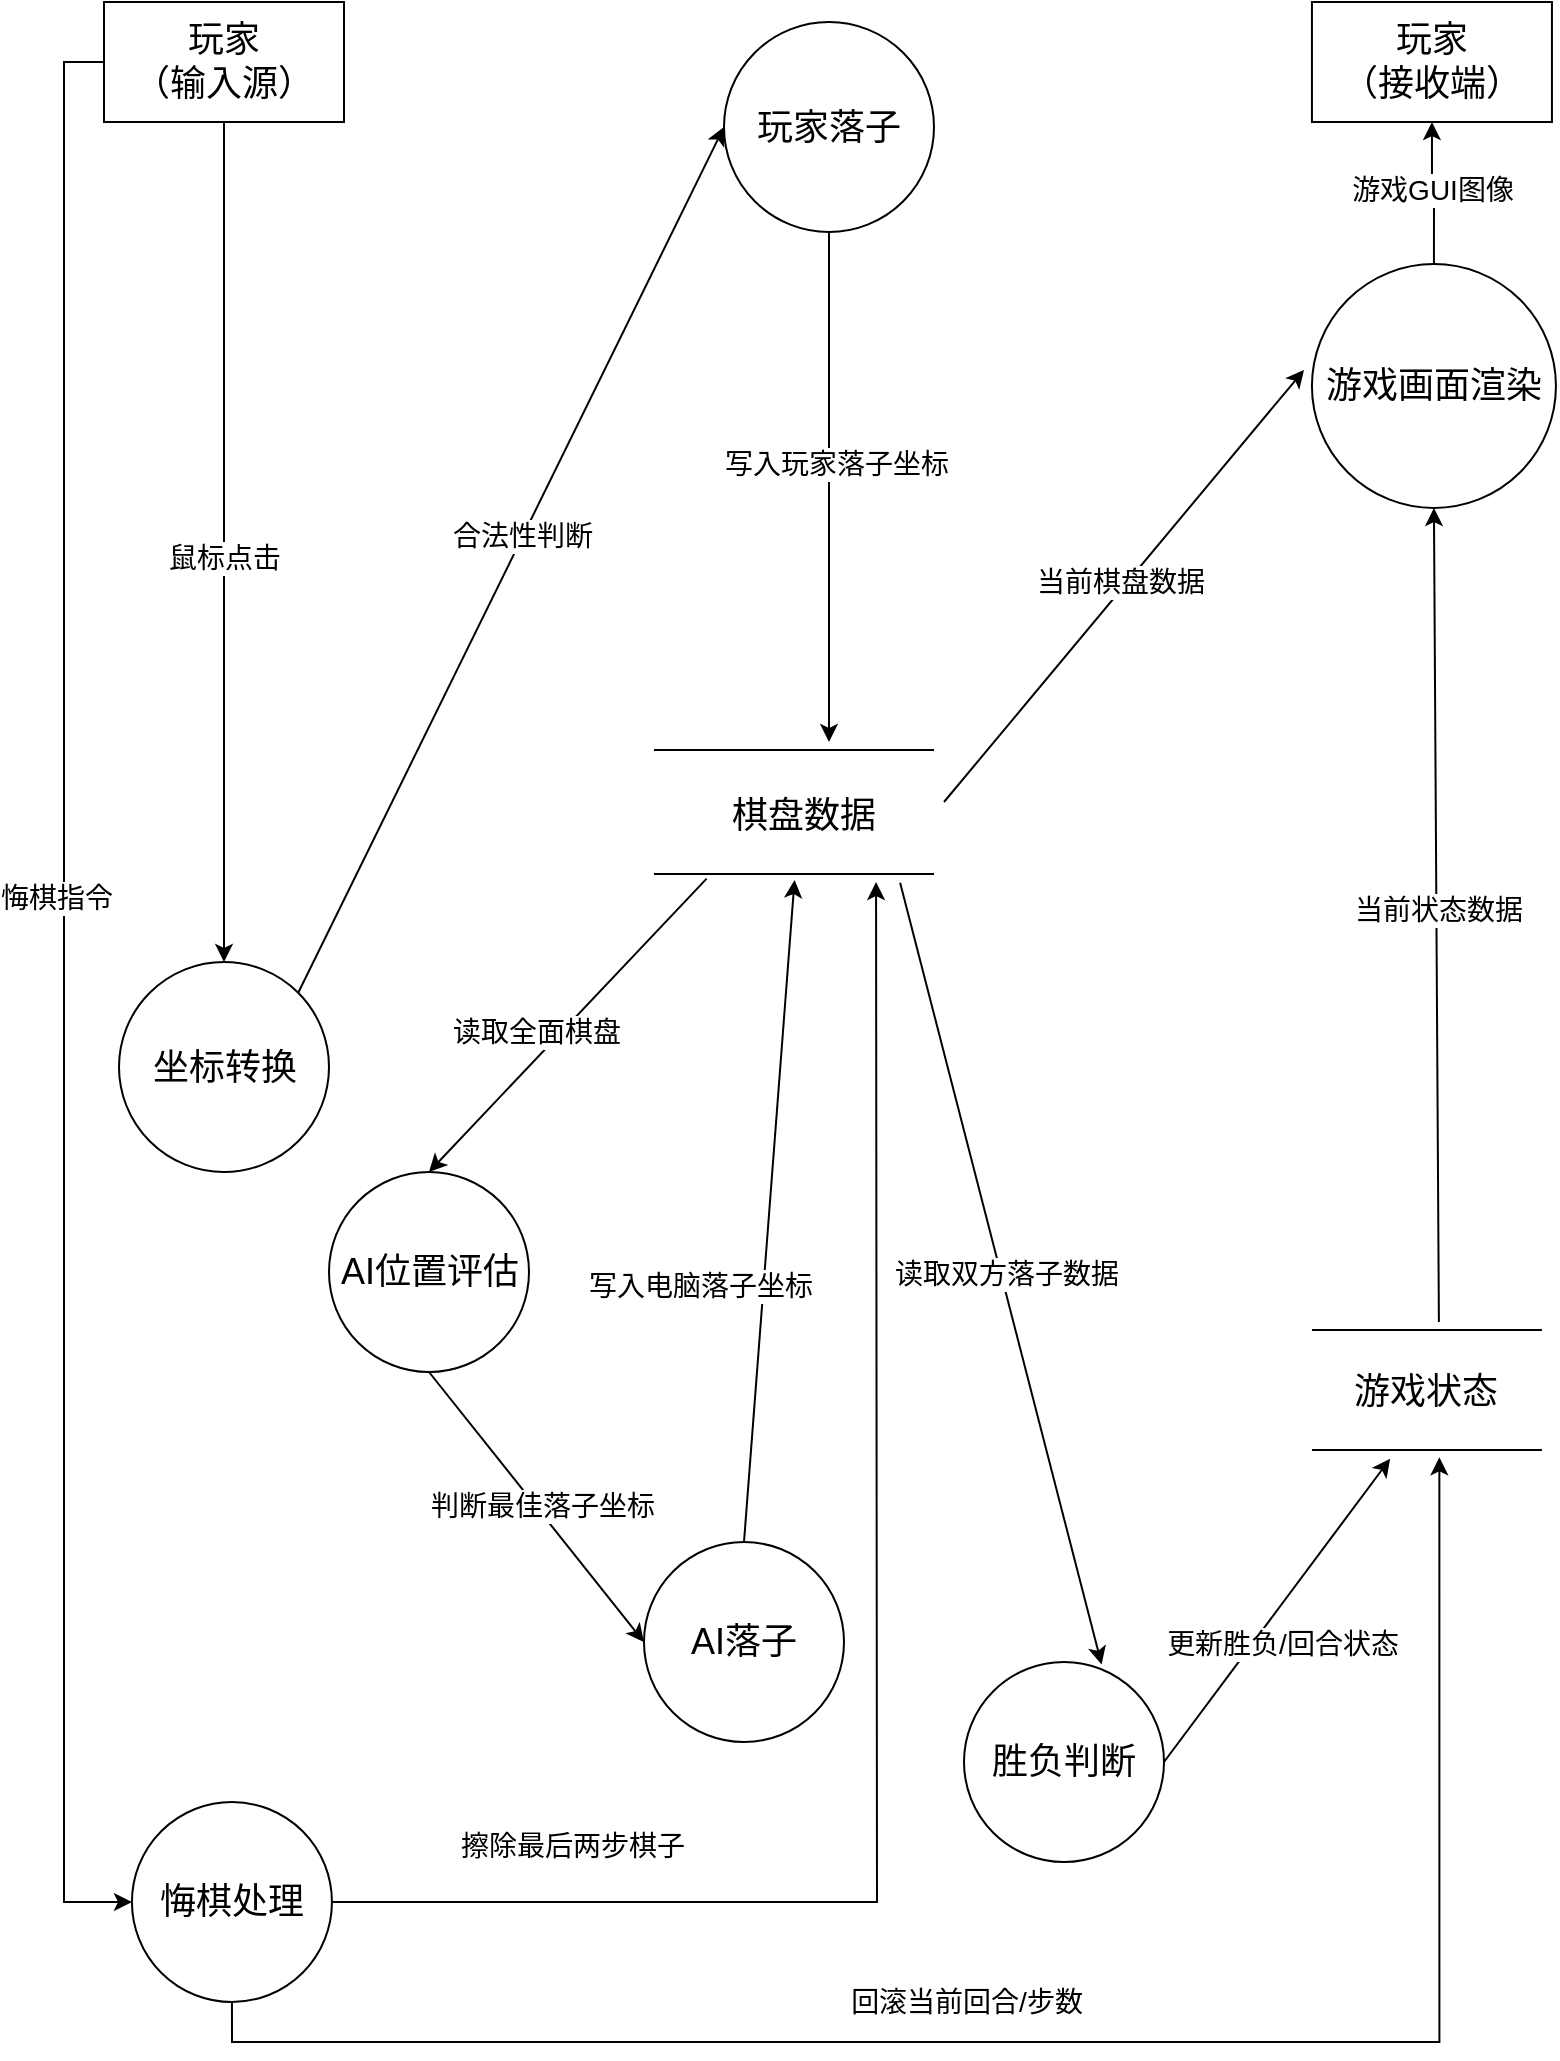
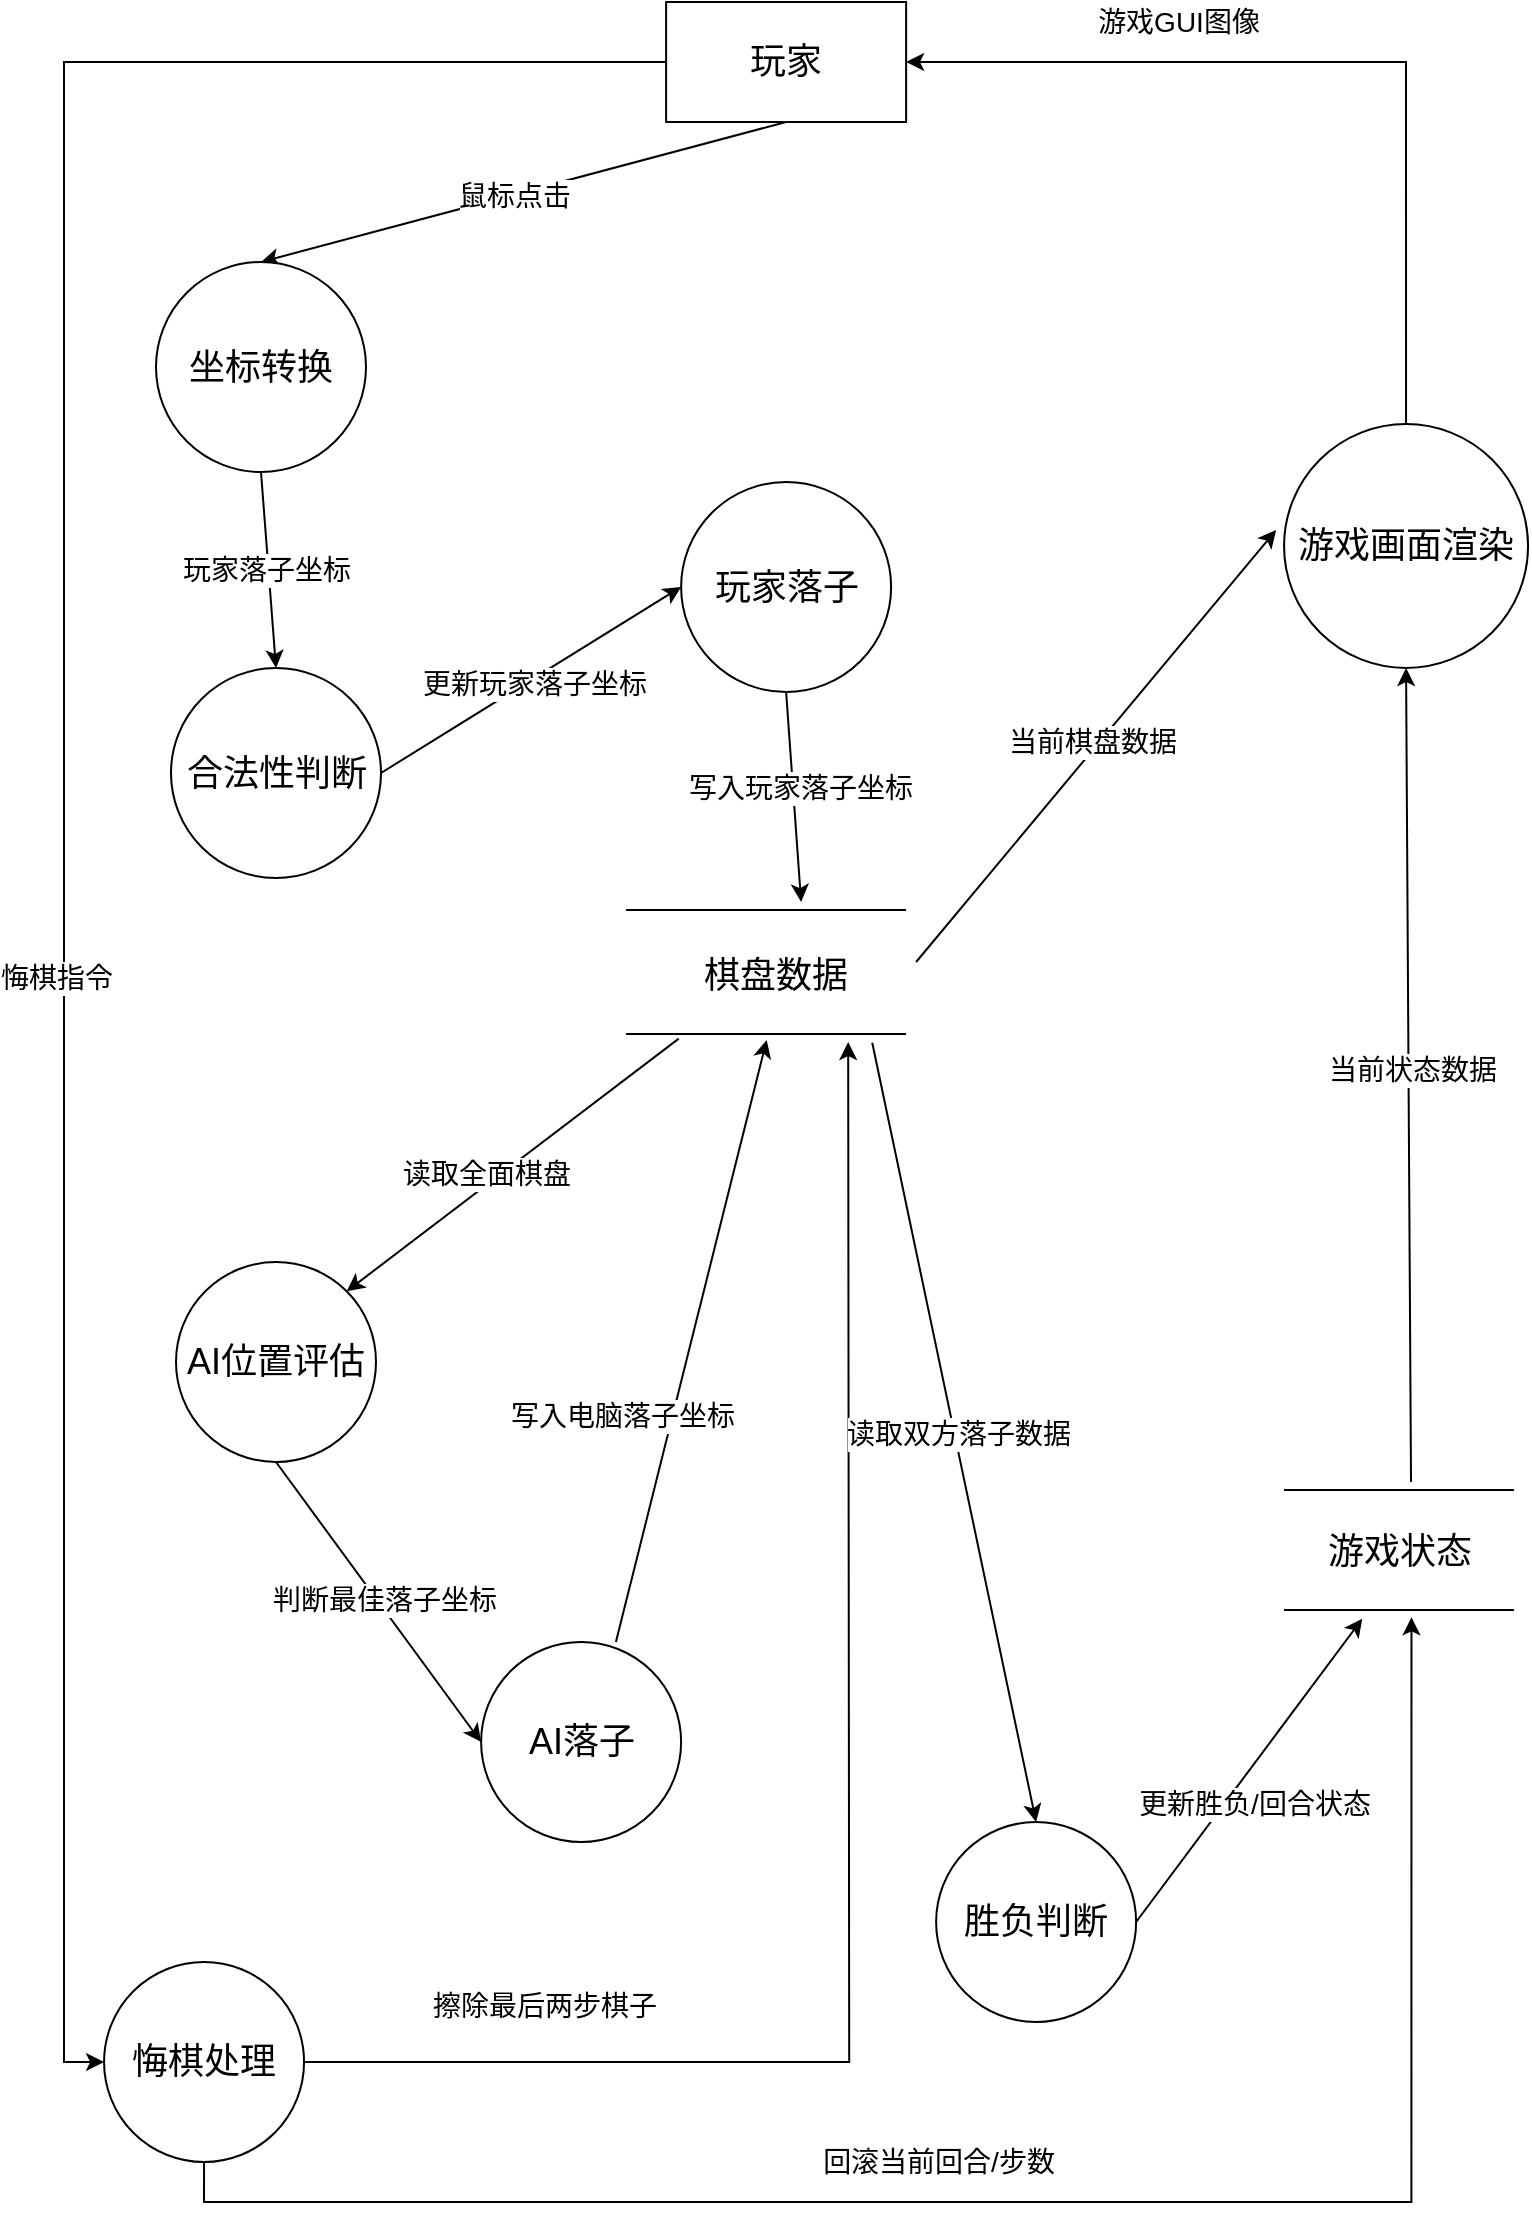
<mxfile host="app.diagrams.net">
  <diagram name="Page-1" id="hryGj0KzSXnJhMcqTr9-">
-     <mxGraphModel dx="1413" dy="971" grid="1" gridSize="10" guides="1" tooltips="1" connect="1" arrows="1" fold="1" page="1" pageScale="1" pageWidth="827" pageHeight="1169" math="0" shadow="0">
+     <mxGraphModel dx="1716" dy="1179" grid="1" gridSize="10" guides="1" tooltips="1" connect="1" arrows="1" fold="1" page="1" pageScale="1" pageWidth="827" pageHeight="1169" math="0" shadow="0">
      <root>
        <mxCell id="0" />
        <mxCell id="1" parent="0" />
        <mxCell id="fDHwApNMCYBN-XmplwMt-11" edge="1" parent="1" source="fDHwApNMCYBN-XmplwMt-3" style="rounded=0;orthogonalLoop=1;jettySize=auto;html=1;exitX=0.5;exitY=1;exitDx=0;exitDy=0;entryX=0.5;entryY=0;entryDx=0;entryDy=0;" target="SoA14i47H3jGXmkj97EN-22">
          <mxGeometry relative="1" as="geometry">
-             <mxPoint x="93.97" y="200" as="targetPoint" />
+             <mxPoint x="94.03" y="280" as="targetPoint" />
          </mxGeometry>
        </mxCell>
        <mxCell id="fDHwApNMCYBN-XmplwMt-12" connectable="0" parent="fDHwApNMCYBN-XmplwMt-11" style="edgeLabel;html=1;align=center;verticalAlign=middle;resizable=0;points=[];" value="&lt;font style=&quot;font-size: 14px;&quot;&gt;鼠标点击&lt;/font&gt;" vertex="1">
          <mxGeometry relative="1" x="0.0364" as="geometry">
            <mxPoint as="offset" />
          </mxGeometry>
        </mxCell>
        <mxCell id="SoA14i47H3jGXmkj97EN-53" edge="1" parent="1" source="fDHwApNMCYBN-XmplwMt-3" style="edgeStyle=orthogonalEdgeStyle;rounded=0;orthogonalLoop=1;jettySize=auto;html=1;exitX=0;exitY=0.5;exitDx=0;exitDy=0;entryX=0;entryY=0.5;entryDx=0;entryDy=0;" target="SoA14i47H3jGXmkj97EN-41">
          <mxGeometry relative="1" as="geometry" />
        </mxCell>
        <mxCell id="SoA14i47H3jGXmkj97EN-54" connectable="0" parent="SoA14i47H3jGXmkj97EN-53" style="edgeLabel;html=1;align=center;verticalAlign=middle;resizable=0;points=[];" value="&lt;font style=&quot;font-size: 14px;&quot;&gt;悔棋指令&lt;/font&gt;" vertex="1">
          <mxGeometry relative="1" x="-0.1018" y="-4" as="geometry">
-             <mxPoint as="offset" />
-           </mxGeometry>
-         </mxCell>
-         <mxCell id="fDHwApNMCYBN-XmplwMt-3" parent="1" style="rounded=0;whiteSpace=wrap;html=1;" value="&lt;font style=&quot;font-size: 18px;&quot;&gt;玩家&lt;/font&gt;&lt;div&gt;&lt;font style=&quot;font-size: 18px;&quot;&gt;（输入源）&lt;/font&gt;&lt;/div&gt;" vertex="1">
-           <mxGeometry height="60" width="120" x="60" y="30" as="geometry" />
-         </mxCell>
-         <mxCell id="SoA14i47H3jGXmkj97EN-37" edge="1" parent="1" source="SoA14i47H3jGXmkj97EN-64" style="edgeStyle=orthogonalEdgeStyle;rounded=0;orthogonalLoop=1;jettySize=auto;html=1;exitX=0.5;exitY=0;exitDx=0;exitDy=0;entryX=0.5;entryY=1;entryDx=0;entryDy=0;" target="fDHwApNMCYBN-XmplwMt-10">
-           <mxGeometry relative="1" as="geometry">
-             <mxPoint x="723.97" y="198" as="sourcePoint" />
+             <mxPoint y="165" as="offset" />
+           </mxGeometry>
+         </mxCell>
+         <mxCell id="fDHwApNMCYBN-XmplwMt-3" parent="1" style="rounded=0;whiteSpace=wrap;html=1;" value="&lt;font style=&quot;font-size: 18px;&quot;&gt;玩家&lt;/font&gt;" vertex="1">
+           <mxGeometry height="60" width="120" x="355.05999999999995" y="30" as="geometry" />
+         </mxCell>
+         <mxCell id="SoA14i47H3jGXmkj97EN-37" edge="1" parent="1" source="SoA14i47H3jGXmkj97EN-64" style="edgeStyle=orthogonalEdgeStyle;rounded=0;orthogonalLoop=1;jettySize=auto;html=1;exitX=0.5;exitY=0;exitDx=0;exitDy=0;entryX=1;entryY=0.5;entryDx=0;entryDy=0;" target="fDHwApNMCYBN-XmplwMt-3">
+           <mxGeometry relative="1" as="geometry">
+             <mxPoint x="724.0300000000001" y="278" as="sourcePoint" />
+             <mxPoint x="724.0300000000002" y="170" as="targetPoint" />
          </mxGeometry>
        </mxCell>
        <mxCell id="SoA14i47H3jGXmkj97EN-38" connectable="0" parent="SoA14i47H3jGXmkj97EN-37" style="edgeLabel;html=1;align=center;verticalAlign=middle;resizable=0;points=[];" value="&lt;font style=&quot;font-size: 14px;&quot;&gt;游戏GUI图像&lt;/font&gt;" vertex="1">
          <mxGeometry relative="1" x="0.0741" as="geometry">
-             <mxPoint as="offset" />
-           </mxGeometry>
-         </mxCell>
-         <mxCell id="fDHwApNMCYBN-XmplwMt-10" parent="1" style="rounded=0;whiteSpace=wrap;html=1;" value="&lt;span style=&quot;font-size: 18px;&quot;&gt;玩家&lt;/span&gt;&lt;div&gt;&lt;span style=&quot;font-size: 18px;&quot;&gt;（接收端）&lt;/span&gt;&lt;/div&gt;" vertex="1">
-           <mxGeometry height="60" width="120" x="663.97" y="30" as="geometry" />
-         </mxCell>
-         <mxCell id="SoA14i47H3jGXmkj97EN-14" edge="1" parent="1" source="SoA14i47H3jGXmkj97EN-28" style="endArrow=classic;html=1;rounded=0;exitX=0.188;exitY=0.792;exitDx=0;exitDy=0;exitPerimeter=0;entryX=0.5;entryY=0;entryDx=0;entryDy=0;" target="SoA14i47H3jGXmkj97EN-23" value="">
-           <mxGeometry height="50" relative="1" width="50" as="geometry">
-             <mxPoint x="368.3400000000001" y="258.00399999999996" as="sourcePoint" />
-             <mxPoint x="178.5" y="370" as="targetPoint" />
+             <mxPoint x="-64" y="-20" as="offset" />
+           </mxGeometry>
+         </mxCell>
+         <mxCell id="SoA14i47H3jGXmkj97EN-14" edge="1" parent="1" source="SoA14i47H3jGXmkj97EN-28" style="endArrow=classic;html=1;rounded=0;exitX=0.188;exitY=0.792;exitDx=0;exitDy=0;exitPerimeter=0;entryX=1;entryY=0;entryDx=0;entryDy=0;" target="SoA14i47H3jGXmkj97EN-23" value="">
+           <mxGeometry height="50" relative="1" width="50" as="geometry">
+             <mxPoint x="368.4000000000001" y="338.00399999999996" as="sourcePoint" />
+             <mxPoint x="178.56" y="450" as="targetPoint" />
          </mxGeometry>
        </mxCell>
        <mxCell id="SoA14i47H3jGXmkj97EN-15" connectable="0" parent="SoA14i47H3jGXmkj97EN-14" style="edgeLabel;html=1;align=center;verticalAlign=middle;resizable=0;points=[];" value="&lt;font style=&quot;font-size: 14px;&quot;&gt;读取全面棋盘&lt;/font&gt;" vertex="1">
          <mxGeometry relative="1" x="-0.1782" as="geometry">
            <mxPoint x="-29" y="16" as="offset" />
          </mxGeometry>
        </mxCell>
        <mxCell id="SoA14i47H3jGXmkj97EN-16" edge="1" parent="1" style="endArrow=classic;html=1;rounded=0;" value="">
          <mxGeometry height="50" relative="1" width="50" as="geometry">
-             <mxPoint x="480" y="430" as="sourcePoint" />
-             <mxPoint x="660" y="214" as="targetPoint" />
+             <mxPoint x="480.06" y="510" as="sourcePoint" />
+             <mxPoint x="660.0600000000001" y="294" as="targetPoint" />
          </mxGeometry>
        </mxCell>
        <mxCell id="SoA14i47H3jGXmkj97EN-17" connectable="0" parent="SoA14i47H3jGXmkj97EN-16" style="edgeLabel;html=1;align=center;verticalAlign=middle;resizable=0;points=[];" value="&lt;span style=&quot;font-size: 14px;&quot;&gt;当前棋盘数据&lt;/span&gt;" vertex="1">
          <mxGeometry relative="1" x="0.0202" y="1" as="geometry">
            <mxPoint x="-3" y="1" as="offset" />
          </mxGeometry>
        </mxCell>
-         <mxCell id="SoA14i47H3jGXmkj97EN-75" edge="1" parent="1" source="SoA14i47H3jGXmkj97EN-22" style="rounded=0;orthogonalLoop=1;jettySize=auto;html=1;exitX=1;exitY=0;exitDx=0;exitDy=0;entryX=0;entryY=0.5;entryDx=0;entryDy=0;" target="SoA14i47H3jGXmkj97EN-74">
-           <mxGeometry relative="1" as="geometry" />
-         </mxCell>
-         <mxCell id="SoA14i47H3jGXmkj97EN-76" connectable="0" parent="SoA14i47H3jGXmkj97EN-75" style="edgeLabel;html=1;align=center;verticalAlign=middle;resizable=0;points=[];" value="&lt;font style=&quot;font-size: 14px;&quot;&gt;合法性判断&lt;/font&gt;" vertex="1">
-           <mxGeometry relative="1" x="0.0527" y="1" as="geometry">
-             <mxPoint as="offset" />
+         <mxCell id="SoA14i47H3jGXmkj97EN-85" edge="1" parent="1" source="SoA14i47H3jGXmkj97EN-22" style="rounded=0;orthogonalLoop=1;jettySize=auto;html=1;exitX=0.5;exitY=1;exitDx=0;exitDy=0;entryX=0.5;entryY=0;entryDx=0;entryDy=0;" target="SoA14i47H3jGXmkj97EN-84">
+           <mxGeometry relative="1" as="geometry" />
+         </mxCell>
+         <mxCell id="SoA14i47H3jGXmkj97EN-86" connectable="0" parent="SoA14i47H3jGXmkj97EN-85" style="edgeLabel;html=1;align=center;verticalAlign=middle;resizable=0;points=[];" value="&lt;font style=&quot;font-size: 14px;&quot;&gt;玩家落子坐标&lt;/font&gt;" vertex="1">
+           <mxGeometry relative="1" x="0.004" y="-2" as="geometry">
+             <mxPoint y="-1" as="offset" />
          </mxGeometry>
        </mxCell>
        <mxCell id="SoA14i47H3jGXmkj97EN-22" parent="1" style="ellipse;whiteSpace=wrap;html=1;aspect=fixed;" value="&lt;font style=&quot;font-size: 18px;&quot;&gt;坐标转换&lt;/font&gt;" vertex="1">
-           <mxGeometry height="105" width="105" x="67.5" y="510" as="geometry" />
+           <mxGeometry height="105" width="105" x="100" y="160" as="geometry" />
        </mxCell>
        <mxCell id="SoA14i47H3jGXmkj97EN-23" parent="1" style="ellipse;whiteSpace=wrap;html=1;aspect=fixed;" value="&lt;font style=&quot;font-size: 18px;&quot;&gt;AI位置评估&lt;/font&gt;" vertex="1">
-           <mxGeometry height="100" width="100" x="172.5" y="615" as="geometry" />
+           <mxGeometry height="100" width="100" x="110" y="660" as="geometry" />
        </mxCell>
        <mxCell id="SoA14i47H3jGXmkj97EN-24" parent="1" style="ellipse;whiteSpace=wrap;html=1;aspect=fixed;" value="&lt;font style=&quot;font-size: 18px;&quot;&gt;AI落子&lt;/font&gt;" vertex="1">
-           <mxGeometry height="100" width="100" x="330" y="800" as="geometry" />
+           <mxGeometry height="100" width="100" x="262.56" y="850" as="geometry" />
        </mxCell>
        <mxCell id="SoA14i47H3jGXmkj97EN-60" edge="1" parent="1" source="SoA14i47H3jGXmkj97EN-25" style="rounded=0;orthogonalLoop=1;jettySize=auto;html=1;exitX=1;exitY=0.5;exitDx=0;exitDy=0;entryX=0.34;entryY=1.051;entryDx=0;entryDy=0;entryPerimeter=0;" target="SoA14i47H3jGXmkj97EN-50">
          <mxGeometry relative="1" as="geometry">
-             <mxPoint x="700" y="630" as="targetPoint" />
+             <mxPoint x="700.0600000000001" y="710" as="targetPoint" />
          </mxGeometry>
        </mxCell>
        <mxCell id="SoA14i47H3jGXmkj97EN-61" connectable="0" parent="SoA14i47H3jGXmkj97EN-60" style="edgeLabel;html=1;align=center;verticalAlign=middle;resizable=0;points=[];" value="&lt;font style=&quot;font-size: 14px;&quot;&gt;更新胜负/回合状态&lt;/font&gt;" vertex="1">
          <mxGeometry relative="1" x="-0.1486" y="-2" as="geometry">
            <mxPoint x="9" y="4" as="offset" />
          </mxGeometry>
        </mxCell>
        <mxCell id="SoA14i47H3jGXmkj97EN-25" parent="1" style="ellipse;whiteSpace=wrap;html=1;aspect=fixed;" value="&lt;font style=&quot;font-size: 18px;&quot;&gt;胜负判断&lt;/font&gt;" vertex="1">
-           <mxGeometry height="100" width="100" x="490" y="860" as="geometry" />
+           <mxGeometry height="100" width="100" x="490.06" y="940" as="geometry" />
        </mxCell>
        <mxCell id="SoA14i47H3jGXmkj97EN-27" parent="1" style="line;strokeWidth=1;fillColor=none;align=left;verticalAlign=middle;spacingTop=-1;spacingLeft=3;spacingRight=3;rotatable=0;labelPosition=right;points=[];portConstraint=eastwest;strokeColor=inherit;" value="" vertex="1">
-           <mxGeometry height="8" width="140" x="335" y="400" as="geometry" />
+           <mxGeometry height="8" width="140" x="335.06" y="480" as="geometry" />
        </mxCell>
        <mxCell id="SoA14i47H3jGXmkj97EN-28" parent="1" style="line;strokeWidth=1;fillColor=none;align=left;verticalAlign=middle;spacingTop=-1;spacingLeft=3;spacingRight=3;rotatable=0;labelPosition=right;points=[];portConstraint=eastwest;strokeColor=inherit;" value="" vertex="1">
-           <mxGeometry height="8" width="140" x="335" y="462" as="geometry" />
+           <mxGeometry height="8" width="140" x="335.06" y="542" as="geometry" />
        </mxCell>
        <mxCell id="SoA14i47H3jGXmkj97EN-29" parent="1" style="text;html=1;whiteSpace=wrap;strokeColor=none;fillColor=none;align=center;verticalAlign=middle;rounded=0;" value="&lt;font style=&quot;font-size: 18px;&quot;&gt;棋盘数据&lt;/font&gt;" vertex="1">
-           <mxGeometry height="30" width="110" x="355" y="422" as="geometry" />
+           <mxGeometry height="30" width="110" x="355.06" y="502" as="geometry" />
        </mxCell>
        <mxCell id="SoA14i47H3jGXmkj97EN-31" edge="1" parent="1" source="SoA14i47H3jGXmkj97EN-23" style="endArrow=classic;html=1;rounded=0;entryX=0;entryY=0.5;entryDx=0;entryDy=0;exitX=0.5;exitY=1;exitDx=0;exitDy=0;" target="SoA14i47H3jGXmkj97EN-24" value="">
          <mxGeometry height="50" relative="1" width="50" as="geometry">
-             <mxPoint x="451.90299999999996" y="310" as="sourcePoint" />
-             <mxPoint x="189.57999999999993" y="560.336" as="targetPoint" />
+             <mxPoint x="451.96299999999997" y="390" as="sourcePoint" />
+             <mxPoint x="189.63999999999993" y="640.336" as="targetPoint" />
          </mxGeometry>
        </mxCell>
        <mxCell id="SoA14i47H3jGXmkj97EN-71" connectable="0" parent="SoA14i47H3jGXmkj97EN-31" style="edgeLabel;html=1;align=center;verticalAlign=middle;resizable=0;points=[];" value="&lt;font style=&quot;font-size: 14px;&quot;&gt;判断最佳落子坐标&lt;/font&gt;" vertex="1">
          <mxGeometry relative="1" x="0.0182" y="2" as="geometry">
            <mxPoint y="-1" as="offset" />
          </mxGeometry>
        </mxCell>
-         <mxCell id="SoA14i47H3jGXmkj97EN-35" edge="1" parent="1" source="SoA14i47H3jGXmkj97EN-24" style="rounded=0;orthogonalLoop=1;jettySize=auto;html=1;exitX=0.5;exitY=0;exitDx=0;exitDy=0;entryX=0.502;entryY=0.875;entryDx=0;entryDy=0;entryPerimeter=0;" target="SoA14i47H3jGXmkj97EN-28">
+         <mxCell id="SoA14i47H3jGXmkj97EN-35" edge="1" parent="1" source="SoA14i47H3jGXmkj97EN-24" style="rounded=0;orthogonalLoop=1;jettySize=auto;html=1;exitX=0.674;exitY=0;exitDx=0;exitDy=0;entryX=0.502;entryY=0.875;entryDx=0;entryDy=0;entryPerimeter=0;exitPerimeter=0;" target="SoA14i47H3jGXmkj97EN-28">
          <mxGeometry relative="1" as="geometry" />
        </mxCell>
        <mxCell id="SoA14i47H3jGXmkj97EN-36" connectable="0" parent="SoA14i47H3jGXmkj97EN-35" style="edgeLabel;html=1;align=center;verticalAlign=middle;resizable=0;points=[];" value="&lt;span style=&quot;font-size: 14px;&quot;&gt;写入电脑落子坐标&lt;/span&gt;" vertex="1">
          <mxGeometry relative="1" x="-0.0044" y="1" as="geometry">
            <mxPoint x="-34" y="37" as="offset" />
          </mxGeometry>
        </mxCell>
        <mxCell id="SoA14i47H3jGXmkj97EN-55" edge="1" parent="1" source="SoA14i47H3jGXmkj97EN-41" style="edgeStyle=orthogonalEdgeStyle;rounded=0;orthogonalLoop=1;jettySize=auto;html=1;exitX=1;exitY=0.5;exitDx=0;exitDy=0;entryX=0.75;entryY=1;entryDx=0;entryDy=0;entryPerimeter=0;">
          <mxGeometry relative="1" as="geometry">
-             <mxPoint x="180.00000000000003" y="980" as="sourcePoint" />
-             <mxPoint x="446.03" y="470" as="targetPoint" />
+             <mxPoint x="180.06000000000003" y="1060" as="sourcePoint" />
+             <mxPoint x="446.09" y="550" as="targetPoint" />
          </mxGeometry>
        </mxCell>
        <mxCell id="SoA14i47H3jGXmkj97EN-57" connectable="0" parent="SoA14i47H3jGXmkj97EN-55" style="edgeLabel;html=1;align=center;verticalAlign=middle;resizable=0;points=[];" value="&lt;font style=&quot;font-size: 14px;&quot;&gt;擦除最后两步棋子&lt;/font&gt;" vertex="1">
          <mxGeometry relative="1" x="-0.6914" y="3" as="geometry">
            <mxPoint x="-1" y="-25" as="offset" />
          </mxGeometry>
        </mxCell>
        <mxCell id="SoA14i47H3jGXmkj97EN-41" parent="1" style="ellipse;whiteSpace=wrap;html=1;aspect=fixed;" value="&lt;font style=&quot;font-size: 18px;&quot;&gt;悔棋处理&lt;/font&gt;" vertex="1">
-           <mxGeometry height="100" width="100" x="73.97" y="930" as="geometry" />
+           <mxGeometry height="100" width="100" x="74.03" y="1010" as="geometry" />
        </mxCell>
        <mxCell id="SoA14i47H3jGXmkj97EN-49" parent="1" style="line;strokeWidth=1;fillColor=none;align=left;verticalAlign=middle;spacingTop=-1;spacingLeft=3;spacingRight=3;rotatable=0;labelPosition=right;points=[];portConstraint=eastwest;strokeColor=inherit;" value="" vertex="1">
-           <mxGeometry height="8" width="115" x="663.97" y="690" as="geometry" />
+           <mxGeometry height="8" width="115" x="664.0300000000001" y="770" as="geometry" />
        </mxCell>
        <mxCell id="SoA14i47H3jGXmkj97EN-50" parent="1" style="line;strokeWidth=1;fillColor=none;align=left;verticalAlign=middle;spacingTop=-1;spacingLeft=3;spacingRight=3;rotatable=0;labelPosition=right;points=[];portConstraint=eastwest;strokeColor=inherit;" value="" vertex="1">
-           <mxGeometry height="8" width="115" x="663.97" y="750" as="geometry" />
+           <mxGeometry height="8" width="115" x="664.0300000000001" y="830" as="geometry" />
        </mxCell>
        <mxCell id="SoA14i47H3jGXmkj97EN-51" parent="1" style="text;html=1;whiteSpace=wrap;strokeColor=none;fillColor=none;align=center;verticalAlign=middle;rounded=0;" value="&lt;span style=&quot;font-size: 18px;&quot;&gt;游戏状态&lt;/span&gt;" vertex="1">
-           <mxGeometry height="30" width="110" x="666.47" y="710" as="geometry" />
-         </mxCell>
-         <mxCell id="SoA14i47H3jGXmkj97EN-65" edge="1" parent="1" source="SoA14i47H3jGXmkj97EN-28" style="endArrow=classic;html=1;rounded=0;exitX=0.879;exitY=1.042;exitDx=0;exitDy=0;exitPerimeter=0;entryX=0.688;entryY=0.012;entryDx=0;entryDy=0;entryPerimeter=0;" target="SoA14i47H3jGXmkj97EN-25" value="">
-           <mxGeometry height="50" relative="1" width="50" as="geometry">
-             <mxPoint x="610" y="490" as="sourcePoint" />
-             <mxPoint x="560" y="540" as="targetPoint" />
+           <mxGeometry height="30" width="110" x="666.5300000000001" y="790" as="geometry" />
+         </mxCell>
+         <mxCell id="SoA14i47H3jGXmkj97EN-65" edge="1" parent="1" source="SoA14i47H3jGXmkj97EN-28" style="endArrow=classic;html=1;rounded=0;exitX=0.879;exitY=1.042;exitDx=0;exitDy=0;exitPerimeter=0;entryX=0.5;entryY=0;entryDx=0;entryDy=0;" target="SoA14i47H3jGXmkj97EN-25" value="">
+           <mxGeometry height="50" relative="1" width="50" as="geometry">
+             <mxPoint x="610.0600000000001" y="570" as="sourcePoint" />
+             <mxPoint x="540" y="930" as="targetPoint" />
          </mxGeometry>
        </mxCell>
        <mxCell id="SoA14i47H3jGXmkj97EN-81" connectable="0" parent="SoA14i47H3jGXmkj97EN-65" style="edgeLabel;html=1;align=center;verticalAlign=middle;resizable=0;points=[];" value="&lt;font style=&quot;font-size: 14px;&quot;&gt;读取双方落子数据&lt;/font&gt;" vertex="1">
          <mxGeometry relative="1" x="0.0041" y="2" as="geometry">
            <mxPoint as="offset" />
          </mxGeometry>
        </mxCell>
        <mxCell id="SoA14i47H3jGXmkj97EN-66" edge="1" parent="1" source="SoA14i47H3jGXmkj97EN-41" style="edgeStyle=orthogonalEdgeStyle;rounded=0;orthogonalLoop=1;jettySize=auto;html=1;exitX=0.5;exitY=1;exitDx=0;exitDy=0;entryX=0.554;entryY=0.958;entryDx=0;entryDy=0;entryPerimeter=0;" target="SoA14i47H3jGXmkj97EN-50">
          <mxGeometry relative="1" as="geometry" />
        </mxCell>
        <mxCell id="SoA14i47H3jGXmkj97EN-68" connectable="0" parent="SoA14i47H3jGXmkj97EN-66" style="edgeLabel;html=1;align=center;verticalAlign=middle;resizable=0;points=[];" value="&lt;font style=&quot;font-size: 14px;&quot;&gt;回滚当前回合/步数&lt;/font&gt;" vertex="1">
          <mxGeometry relative="1" x="-0.156" y="-3" as="geometry">
            <mxPoint y="-23" as="offset" />
          </mxGeometry>
        </mxCell>
        <mxCell id="SoA14i47H3jGXmkj97EN-67" edge="1" parent="1" source="SoA14i47H3jGXmkj97EN-49" style="endArrow=classic;html=1;rounded=0;exitX=0.552;exitY=0;exitDx=0;exitDy=0;exitPerimeter=0;entryX=0.5;entryY=1;entryDx=0;entryDy=0;" target="SoA14i47H3jGXmkj97EN-64" value="">
          <mxGeometry height="50" relative="1" width="50" as="geometry">
-             <mxPoint x="662.97" y="450" as="sourcePoint" />
-             <mxPoint x="712.97" y="400" as="targetPoint" />
+             <mxPoint x="663.0300000000001" y="530" as="sourcePoint" />
+             <mxPoint x="713.0300000000001" y="480" as="targetPoint" />
          </mxGeometry>
        </mxCell>
        <mxCell id="SoA14i47H3jGXmkj97EN-83" connectable="0" parent="SoA14i47H3jGXmkj97EN-67" style="edgeLabel;html=1;align=center;verticalAlign=middle;resizable=0;points=[];" value="&lt;font style=&quot;font-size: 14px;&quot;&gt;当前状态数据&lt;/font&gt;" vertex="1">
          <mxGeometry relative="1" x="0.0127" y="-1" as="geometry">
            <mxPoint as="offset" />
          </mxGeometry>
        </mxCell>
        <mxCell id="SoA14i47H3jGXmkj97EN-64" parent="1" style="ellipse;whiteSpace=wrap;html=1;aspect=fixed;" value="&lt;font style=&quot;font-size: 18px;&quot;&gt;游戏画面渲染&lt;/font&gt;" vertex="1">
-           <mxGeometry height="122" width="122" x="663.97" y="161" as="geometry" />
+           <mxGeometry height="122" width="122" x="664.0300000000001" y="241" as="geometry" />
        </mxCell>
        <mxCell id="SoA14i47H3jGXmkj97EN-74" parent="1" style="ellipse;whiteSpace=wrap;html=1;aspect=fixed;" value="&lt;font style=&quot;font-size: 18px;&quot;&gt;玩家落子&lt;/font&gt;" vertex="1">
-           <mxGeometry height="105" width="105" x="370" y="40" as="geometry" />
+           <mxGeometry height="105" width="105" x="362.56" y="270" as="geometry" />
        </mxCell>
        <mxCell id="SoA14i47H3jGXmkj97EN-78" edge="1" parent="1" source="SoA14i47H3jGXmkj97EN-74" style="rounded=0;orthogonalLoop=1;jettySize=auto;html=1;exitX=0.5;exitY=1;exitDx=0;exitDy=0;entryX=0.625;entryY=0;entryDx=0;entryDy=0;entryPerimeter=0;" target="SoA14i47H3jGXmkj97EN-27">
          <mxGeometry relative="1" as="geometry">
-             <mxPoint x="430" y="280" as="targetPoint" />
+             <mxPoint x="430.06" y="360" as="targetPoint" />
          </mxGeometry>
        </mxCell>
        <mxCell id="SoA14i47H3jGXmkj97EN-80" connectable="0" parent="SoA14i47H3jGXmkj97EN-78" style="edgeLabel;html=1;align=center;verticalAlign=middle;resizable=0;points=[];" value="&lt;font style=&quot;font-size: 14px;&quot;&gt;写入玩家落子坐标&lt;/font&gt;" vertex="1">
          <mxGeometry relative="1" x="-0.0903" y="3" as="geometry">
            <mxPoint as="offset" />
          </mxGeometry>
+         </mxCell>
+         <mxCell id="SoA14i47H3jGXmkj97EN-87" edge="1" parent="1" source="SoA14i47H3jGXmkj97EN-84" style="rounded=0;orthogonalLoop=1;jettySize=auto;html=1;exitX=1;exitY=0.5;exitDx=0;exitDy=0;entryX=0;entryY=0.5;entryDx=0;entryDy=0;" target="SoA14i47H3jGXmkj97EN-74">
+           <mxGeometry relative="1" as="geometry" />
+         </mxCell>
+         <mxCell id="SoA14i47H3jGXmkj97EN-88" connectable="0" parent="SoA14i47H3jGXmkj97EN-87" style="edgeLabel;html=1;align=center;verticalAlign=middle;resizable=0;points=[];" value="&lt;font style=&quot;font-size: 14px;&quot;&gt;更新玩家落子坐标&lt;/font&gt;" vertex="1">
+           <mxGeometry relative="1" x="0.0028" y="-2" as="geometry">
+             <mxPoint as="offset" />
+           </mxGeometry>
+         </mxCell>
+         <mxCell id="SoA14i47H3jGXmkj97EN-84" parent="1" style="ellipse;whiteSpace=wrap;html=1;aspect=fixed;" value="&lt;span style=&quot;font-size: 18px;&quot;&gt;合法性判断&lt;/span&gt;" vertex="1">
+           <mxGeometry height="105" width="105" x="107.5" y="363" as="geometry" />
        </mxCell>
      </root>
    </mxGraphModel>
  </diagram>
</mxfile>
